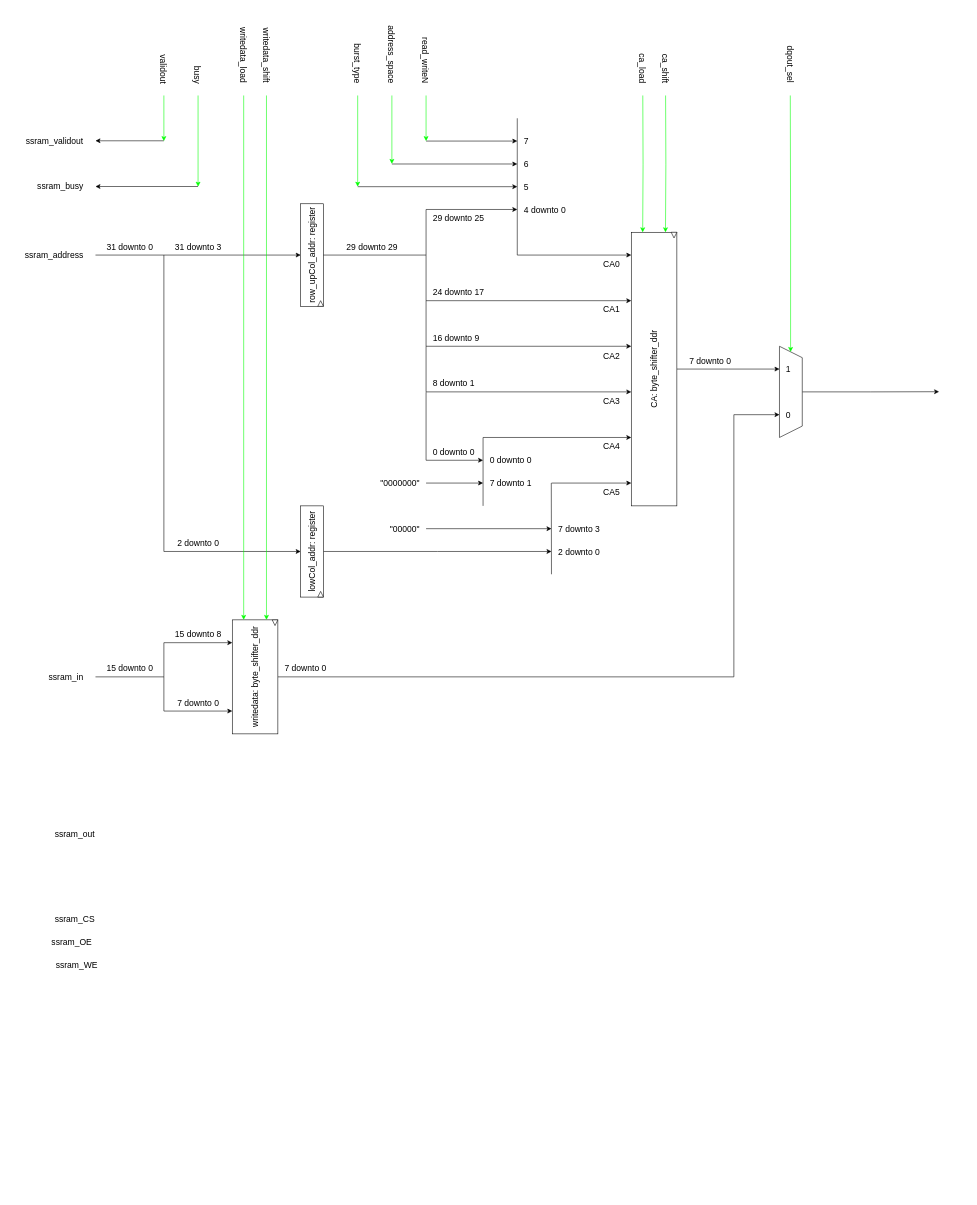
The draw.io diagram page "SSRAM_to_hRAM: RTL" (2 of 3) of rtl/SSRAM_to_hRAM.drawio in AndreaBononi/IP_cores, before the edit. Source tidied: cells renumbered, new cells numbered last; positions are measured from the earlier drawing's top-left corner, leaving out a move shared by most shapes. Both pictures are drawn from the tidied source at 57%, with x=0, y=0 at pixel (10, 38).
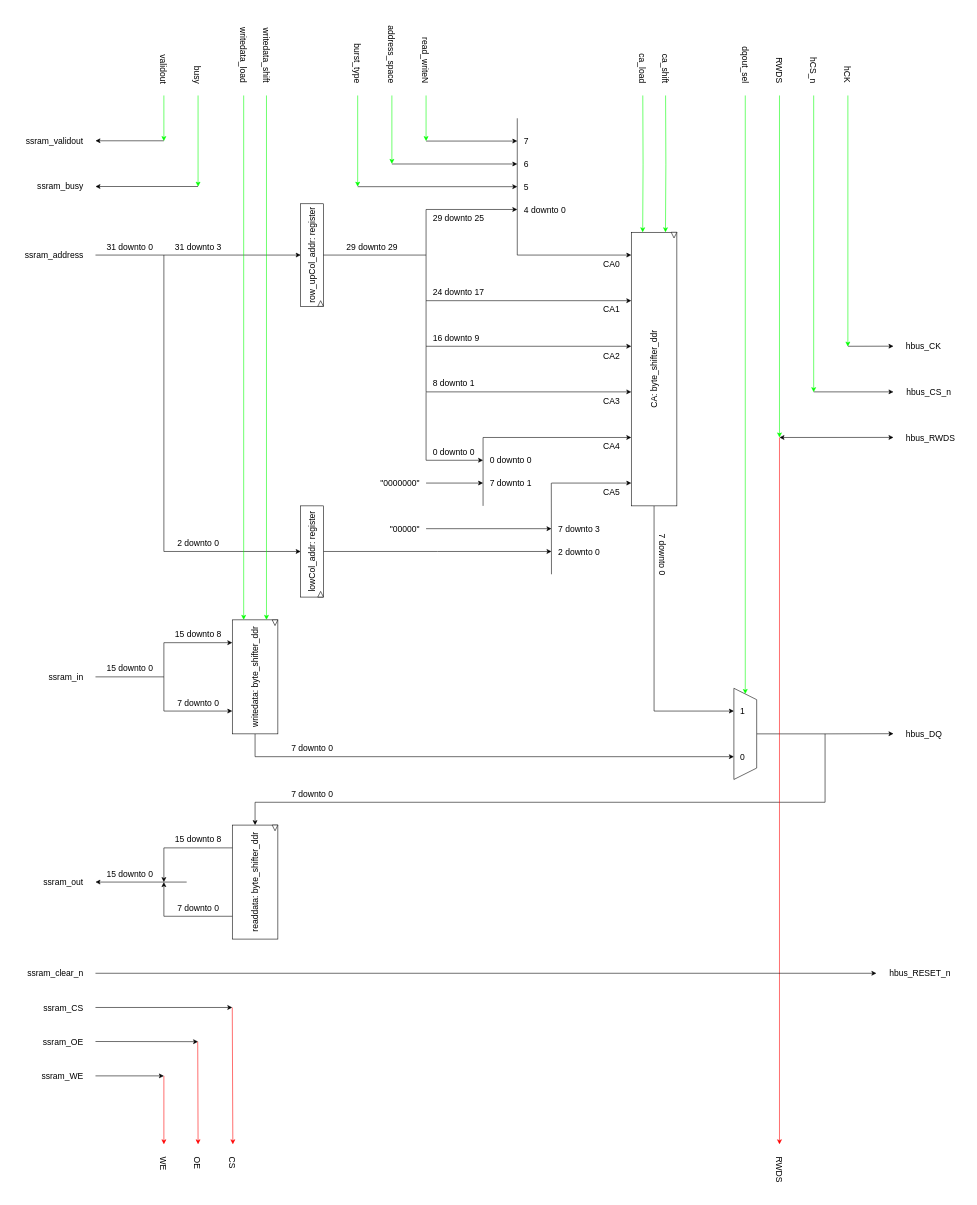
Above is the later version.

Unchanged cells that the change refers to:
```xml
<mxCell id="45" value="&lt;font style=&quot;font-size: 15px;&quot;&gt;CA: byte_shifter_ddr&lt;/font&gt;" style="rounded=0;whiteSpace=wrap;html=1;horizontal=0;" parent="1" vertex="1">
  <mxGeometry x="1090" y="340" width="80" height="480" as="geometry" />
</mxCell>
<mxCell id="80" value="writedata: byte_shifter_ddr" style="rounded=0;whiteSpace=wrap;html=1;direction=south;horizontal=0;fontSize=15;" parent="1" vertex="1">
  <mxGeometry x="390" y="1020" width="80" height="200" as="geometry" />
</mxCell>
```

What changed in the source:
```diff
@@
-    <mxCell id="44" style="edgeStyle=orthogonalEdgeStyle;rounded=0;jettySize=auto;html=1;exitX=1;exitY=0.5;exitDx=0;exitDy=0;" parent="1" edge="1" source="45">
-      <mxGeometry relative="1" as="geometry">
-        <mxPoint x="1350" y="580" as="targetPoint" />
-      </mxGeometry>
-    </mxCell>
+    <mxCell id="98" style="edgeStyle=orthogonalEdgeStyle;rounded=0;jettySize=auto;html=1;exitX=0.5;exitY=1;exitDx=0;exitDy=0;" parent="1" edge="1" source="45">
+      <mxGeometry relative="1" as="geometry">
+        <mxPoint x="1270" y="1180" as="targetPoint" />
+        <Array as="points">
+          <mxPoint x="1130" y="1180" />
+        </Array>
+      </mxGeometry>
+    </mxCell>
@@
     <mxCell id="48" value="&lt;font style=&quot;font-size: 15px;&quot;&gt;ssram_&lt;/font&gt;&lt;font style=&quot;font-size: 15px;&quot;&gt;out&lt;/font&gt;" style="text;html=1;align=right;verticalAlign=middle;strokeColor=none;fillColor=none;" parent="1" vertex="1">
-      <mxGeometry x="60" y="1380" width="90" height="30" as="geometry" />
+      <mxGeometry x="40" y="1465" width="90" height="30" as="geometry" />
     </mxCell>
@@
     <mxCell id="51" value="&lt;font style=&quot;font-size: 15px;&quot;&gt;ssram_&lt;/font&gt;&lt;font style=&quot;font-size: 15px;&quot;&gt;WE&lt;/font&gt;" style="text;html=1;align=right;verticalAlign=middle;strokeColor=none;fillColor=none;rotation=0;" parent="1" vertex="1">
-      <mxGeometry x="55" y="1610" width="100" height="30" as="geometry" />
+      <mxGeometry x="30" y="1805" width="100" height="30" as="geometry" />
     </mxCell>
     <mxCell id="52" value="&lt;font style=&quot;font-size: 15px;&quot;&gt;ssram_&lt;/font&gt;&lt;font style=&quot;font-size: 15px;&quot;&gt;OE&lt;/font&gt;" style="text;html=1;align=right;verticalAlign=middle;strokeColor=none;fillColor=none;rotation=0;" parent="1" vertex="1">
-      <mxGeometry x="55" y="1570" width="90" height="30" as="geometry" />
+      <mxGeometry x="40" y="1745" width="90" height="30" as="geometry" />
     </mxCell>
@@
     <mxCell id="54" value="&lt;font style=&quot;font-size: 15px;&quot;&gt;ssram_&lt;/font&gt;&lt;font style=&quot;font-size: 15px;&quot;&gt;&lt;font style=&quot;font-size: 15px;&quot;&gt;CS&lt;/font&gt;&lt;/font&gt;" style="text;html=1;align=right;verticalAlign=middle;strokeColor=none;fillColor=none;" parent="1" vertex="1">
-      <mxGeometry x="60" y="1530" width="90" height="30" as="geometry" />
+      <mxGeometry x="40" y="1685" width="90" height="30" as="geometry" />
     </mxCell>
@@
-    <mxCell id="79" style="edgeStyle=orthogonalEdgeStyle;rounded=0;jettySize=auto;html=1;exitX=0.5;exitY=0;exitDx=0;exitDy=0;" parent="1" edge="1" source="80">
-      <mxGeometry relative="1" as="geometry">
-        <mxPoint x="1350" y="660" as="targetPoint" />
-        <Array as="points">
-          <mxPoint x="1270" y="1120" />
-          <mxPoint x="1270" y="660" />
-        </Array>
-      </mxGeometry>
-    </mxCell>
+    <mxCell id="99" style="edgeStyle=orthogonalEdgeStyle;rounded=0;jettySize=auto;html=1;exitX=1;exitY=0.5;exitDx=0;exitDy=0;" parent="1" edge="1" source="80">
+      <mxGeometry relative="1" as="geometry">
+        <mxPoint x="1270" y="1260" as="targetPoint" />
+        <Array as="points">
+          <mxPoint x="430" y="1260" />
+        </Array>
+      </mxGeometry>
+    </mxCell>
@@
-    <mxCell id="87" value="7 downto 0" style="text;html=1;align=left;verticalAlign=middle;strokeColor=none;fillColor=none;fontSize=15;rotation=0;" parent="1" vertex="1">
-      <mxGeometry x="1190" y="550" width="100" height="30" as="geometry" />
+    <mxCell id="87" value="7 downto 0" style="text;html=1;align=center;verticalAlign=middle;strokeColor=none;fillColor=none;fontSize=15;rotation=90;" parent="1" vertex="1">
+      <mxGeometry x="1095" y="890" width="100" height="30" as="geometry" />
     </mxCell>
-    <mxCell id="88" value="7 downto 0" style="text;html=1;align=left;verticalAlign=middle;strokeColor=none;fillColor=none;fontSize=15;rotation=0;" parent="1" vertex="1">
-      <mxGeometry x="480" y="1090" width="100" height="30" as="geometry" />
+    <mxCell id="88" value="7 downto 0" style="text;html=1;align=center;verticalAlign=middle;strokeColor=none;fillColor=none;fontSize=15;rotation=0;" parent="1" vertex="1">
+      <mxGeometry x="480" y="1230" width="100" height="30" as="geometry" />
     </mxCell>
@@
     <mxCell id="92" style="edgeStyle=orthogonalEdgeStyle;rounded=0;jettySize=auto;html=1;exitX=0.5;exitY=0;exitDx=0;exitDy=0;" parent="1" edge="1" source="93">
       <mxGeometry relative="1" as="geometry">
-        <mxPoint x="1630" y="619.7" as="targetPoint" />
+        <mxPoint x="1550" y="1219.7" as="targetPoint" />
       </mxGeometry>
     </mxCell>
     <mxCell id="93" style="shape=trapezoid;perimeter=trapezoidPerimeter;whiteSpace=wrap;html=1;fixedSize=1;direction=south;" parent="1" vertex="1">
-      <mxGeometry x="1350" y="540" width="40" height="160" as="geometry" />
+      <mxGeometry x="1270" y="1140" width="40" height="160" as="geometry" />
     </mxCell>
     <mxCell id="94" value="1" style="text;html=1;align=center;verticalAlign=middle;strokeColor=none;fillColor=none;fontSize=15;" parent="1" vertex="1">
-      <mxGeometry x="1350" y="565" width="30" height="30" as="geometry" />
+      <mxGeometry x="1270" y="1165" width="30" height="30" as="geometry" />
     </mxCell>
     <mxCell id="95" value="0" style="text;html=1;align=center;verticalAlign=middle;strokeColor=none;fillColor=none;fontSize=15;" parent="1" vertex="1">
-      <mxGeometry x="1350" y="645" width="30" height="30" as="geometry" />
+      <mxGeometry x="1270" y="1245" width="30" height="30" as="geometry" />
     </mxCell>
     <mxCell id="96" style="edgeStyle=orthogonalEdgeStyle;rounded=0;orthogonalLoop=1;jettySize=auto;html=1;strokeColor=#00FF00;" parent="1" edge="1">
       <mxGeometry relative="1" as="geometry">
-        <mxPoint x="1369" y="100" as="sourcePoint" />
-        <mxPoint x="1369.5" y="550" as="targetPoint" />
+        <mxPoint x="1290" y="100" as="sourcePoint" />
+        <mxPoint x="1290" y="1150" as="targetPoint" />
       </mxGeometry>
     </mxCell>
     <mxCell id="97" value="dqout_sel" style="text;html=1;align=right;verticalAlign=middle;strokeColor=none;fillColor=none;rotation=90;fontSize=15;" parent="1" vertex="1">
-      <mxGeometry x="1325" y="19" width="90" height="30" as="geometry" />
+      <mxGeometry x="1245" y="20" width="90" height="30" as="geometry" />
     </mxCell>
+    <mxCell id="100" style="edgeStyle=orthogonalEdgeStyle;rounded=0;jettySize=auto;html=1;exitX=0;exitY=0.5;exitDx=0;exitDy=0;entryX=0;entryY=0.5;entryDx=0;entryDy=0;" parent="1" edge="1" target="101">
+      <mxGeometry relative="1" as="geometry">
+        <mxPoint x="1430" y="1220" as="sourcePoint" />
+        <Array as="points">
+          <mxPoint x="1430" y="1340" />
+          <mxPoint x="430" y="1340" />
+        </Array>
+      </mxGeometry>
+    </mxCell>
+    <mxCell id="101" value="readdata: byte_shifter_ddr" style="rounded=0;whiteSpace=wrap;html=1;direction=south;horizontal=0;fontSize=15;" parent="1" vertex="1">
+      <mxGeometry x="390" y="1380" width="80" height="200" as="geometry" />
+    </mxCell>
+    <mxCell id="102" style="triangle;whiteSpace=wrap;html=1;direction=south;fontSize=15;" parent="1" vertex="1">
+      <mxGeometry x="460" y="1380" width="10" height="10" as="geometry" />
+    </mxCell>
+    <mxCell id="103" value="7 downto 0" style="text;html=1;align=center;verticalAlign=middle;strokeColor=none;fillColor=none;fontSize=15;rotation=0;" parent="1" vertex="1">
+      <mxGeometry x="480" y="1310" width="100" height="30" as="geometry" />
+    </mxCell>
+    <mxCell id="104" style="edgeStyle=orthogonalEdgeStyle;rounded=0;orthogonalLoop=1;jettySize=auto;html=1;" parent="1" edge="1">
+      <mxGeometry relative="1" as="geometry">
+        <mxPoint x="390" y="1420" as="sourcePoint" />
+        <mxPoint x="270" y="1480" as="targetPoint" />
+        <Array as="points">
+          <mxPoint x="270" y="1420" />
+          <mxPoint x="270" y="1480" />
+        </Array>
+      </mxGeometry>
+    </mxCell>
+    <mxCell id="105" style="edgeStyle=orthogonalEdgeStyle;rounded=0;orthogonalLoop=1;jettySize=auto;html=1;" parent="1" edge="1">
+      <mxGeometry relative="1" as="geometry">
+        <mxPoint x="390" y="1540" as="sourcePoint" />
+        <mxPoint x="270" y="1480" as="targetPoint" />
+        <Array as="points">
+          <mxPoint x="270" y="1540" />
+        </Array>
+      </mxGeometry>
+    </mxCell>
+    <mxCell id="106" style="endArrow=classic;html=1;rounded=0;" parent="1" edge="1">
+      <mxGeometry relative="1" as="geometry">
+        <mxPoint x="310" y="1480" as="sourcePoint" />
+        <mxPoint x="150" y="1480" as="targetPoint" />
+      </mxGeometry>
+    </mxCell>
+    <mxCell id="107" value="15 downto 0" style="text;html=1;align=center;verticalAlign=middle;strokeColor=none;fillColor=none;fontSize=15;rotation=0;" parent="1" vertex="1">
+      <mxGeometry x="160" y="1450" width="100" height="30" as="geometry" />
+    </mxCell>
+    <mxCell id="108" value="15 downto 8" style="text;html=1;align=center;verticalAlign=middle;strokeColor=none;fillColor=none;fontSize=15;rotation=0;" parent="1" vertex="1">
+      <mxGeometry x="280" y="1390" width="100" height="30" as="geometry" />
+    </mxCell>
+    <mxCell id="109" value="7 downto 0" style="text;html=1;align=center;verticalAlign=middle;strokeColor=none;fillColor=none;fontSize=15;rotation=0;" parent="1" vertex="1">
+      <mxGeometry x="280" y="1510" width="100" height="30" as="geometry" />
+    </mxCell>
+    <mxCell id="110" style="endArrow=classic;html=1;rounded=0;" parent="1" edge="1">
+      <mxGeometry relative="1" as="geometry">
+        <mxPoint x="150" y="1820" as="sourcePoint" />
+        <mxPoint x="270" y="1820" as="targetPoint" />
+      </mxGeometry>
+    </mxCell>
+    <mxCell id="111" style="endArrow=classic;html=1;rounded=0;" parent="1" edge="1">
+      <mxGeometry relative="1" as="geometry">
+        <mxPoint x="150" y="1759.7" as="sourcePoint" />
+        <mxPoint x="330" y="1760" as="targetPoint" />
+      </mxGeometry>
+    </mxCell>
+    <mxCell id="112" style="endArrow=classic;html=1;rounded=0;" parent="1" edge="1">
+      <mxGeometry relative="1" as="geometry">
+        <mxPoint x="150" y="1700" as="sourcePoint" />
+        <mxPoint x="390" y="1700" as="targetPoint" />
+      </mxGeometry>
+    </mxCell>
+    <mxCell id="113" style="endArrow=classic;html=1;rounded=0;strokeColor=#FF0000;" parent="1" edge="1">
+      <mxGeometry relative="1" as="geometry">
+        <mxPoint x="270" y="1820" as="sourcePoint" />
+        <mxPoint x="270" y="1940" as="targetPoint" />
+      </mxGeometry>
+    </mxCell>
+    <mxCell id="114" style="endArrow=classic;html=1;rounded=0;strokeColor=#FF0000;" parent="1" edge="1">
+      <mxGeometry relative="1" as="geometry">
+        <mxPoint x="329.4" y="1760" as="sourcePoint" />
+        <mxPoint x="330" y="1940" as="targetPoint" />
+      </mxGeometry>
+    </mxCell>
+    <mxCell id="115" style="endArrow=classic;html=1;rounded=0;strokeColor=#FF0000;" parent="1" edge="1">
+      <mxGeometry relative="1" as="geometry">
+        <mxPoint x="390" y="1700" as="sourcePoint" />
+        <mxPoint x="391" y="1940" as="targetPoint" />
+      </mxGeometry>
+    </mxCell>
+    <mxCell id="116" value="WE" style="text;html=1;align=left;verticalAlign=middle;strokeColor=none;fillColor=none;rotation=90;fontSize=15;" parent="1" vertex="1">
+      <mxGeometry x="245" y="1970" width="50" height="30" as="geometry" />
+    </mxCell>
+    <mxCell id="117" value="OE" style="text;html=1;align=left;verticalAlign=middle;strokeColor=none;fillColor=none;rotation=90;fontSize=15;" parent="1" vertex="1">
+      <mxGeometry x="305" y="1970" width="50" height="30" as="geometry" />
+    </mxCell>
+    <mxCell id="118" value="CS" style="text;html=1;align=left;verticalAlign=middle;strokeColor=none;fillColor=none;rotation=90;fontSize=15;" parent="1" vertex="1">
+      <mxGeometry x="370" y="1965" width="40" height="30" as="geometry" />
+    </mxCell>
+    <mxCell id="119" value="hbus_DQ" style="text;html=1;align=left;verticalAlign=middle;strokeColor=none;fillColor=none;fontSize=15;" parent="1" vertex="1">
+      <mxGeometry x="1570" y="1205" width="90" height="30" as="geometry" />
+    </mxCell>
+    <mxCell id="120" value="hbus_CS_n" style="text;html=1;align=left;verticalAlign=middle;strokeColor=none;fillColor=none;fontSize=15;" parent="1" vertex="1">
+      <mxGeometry x="1571" y="605" width="100" height="30" as="geometry" />
+    </mxCell>
+    <mxCell id="121" value="hbus_CK" style="text;html=1;align=left;verticalAlign=middle;strokeColor=none;fillColor=none;fontSize=15;" parent="1" vertex="1">
+      <mxGeometry x="1570" y="525" width="90" height="30" as="geometry" />
+    </mxCell>
+    <mxCell id="122" value="&lt;div&gt;hbus_RESET_n&lt;/div&gt;" style="text;html=1;align=left;verticalAlign=middle;strokeColor=none;fillColor=none;fontSize=15;" parent="1" vertex="1">
+      <mxGeometry x="1541" y="1625" width="130" height="30" as="geometry" />
+    </mxCell>
+    <mxCell id="123" value="&lt;div&gt;hbus_RWDS&lt;/div&gt;" style="text;html=1;align=left;verticalAlign=middle;strokeColor=none;fillColor=none;fontSize=15;" parent="1" vertex="1">
+      <mxGeometry x="1570" y="685.5" width="110" height="30" as="geometry" />
+    </mxCell>
+    <mxCell id="124" style="endArrow=classic;html=1;rounded=0;startArrow=classic;startFill=1;" parent="1" edge="1">
+      <mxGeometry relative="1" as="geometry">
+        <mxPoint x="1350" y="700" as="sourcePoint" />
+        <mxPoint x="1550" y="699.9" as="targetPoint" />
+      </mxGeometry>
+    </mxCell>
+    <mxCell id="125" style="edgeStyle=orthogonalEdgeStyle;rounded=0;orthogonalLoop=1;jettySize=auto;html=1;strokeColor=#00FF00;" parent="1" edge="1">
+      <mxGeometry relative="1" as="geometry">
+        <mxPoint x="1350" y="100" as="sourcePoint" />
+        <mxPoint x="1350" y="700" as="targetPoint" />
+      </mxGeometry>
+    </mxCell>
+    <mxCell id="126" value="RWDS" style="text;html=1;align=right;verticalAlign=middle;strokeColor=none;fillColor=none;rotation=90;fontSize=15;" parent="1" vertex="1">
+      <mxGeometry x="1315" y="30" width="70" height="30" as="geometry" />
+    </mxCell>
+    <mxCell id="127" style="endArrow=classic;html=1;rounded=0;strokeColor=#FF0000;" parent="1" edge="1">
+      <mxGeometry relative="1" as="geometry">
+        <mxPoint x="1350" y="700" as="sourcePoint" />
+        <mxPoint x="1350" y="1940" as="targetPoint" />
+      </mxGeometry>
+    </mxCell>
+    <mxCell id="128" value="RWDS" style="text;html=1;align=left;verticalAlign=middle;strokeColor=none;fillColor=none;rotation=90;fontSize=15;" parent="1" vertex="1">
+      <mxGeometry x="1315" y="1980" width="70" height="30" as="geometry" />
+    </mxCell>
+    <mxCell id="129" style="endArrow=classic;html=1;rounded=0;" parent="1" edge="1">
+      <mxGeometry relative="1" as="geometry">
+        <mxPoint x="1410" y="620" as="sourcePoint" />
+        <mxPoint x="1550" y="620" as="targetPoint" />
+      </mxGeometry>
+    </mxCell>
+    <mxCell id="130" style="endArrow=classic;html=1;rounded=0;" parent="1" edge="1">
+      <mxGeometry relative="1" as="geometry">
+        <mxPoint x="1470" y="540" as="sourcePoint" />
+        <mxPoint x="1550" y="539.8" as="targetPoint" />
+      </mxGeometry>
+    </mxCell>
+    <mxCell id="131" style="edgeStyle=orthogonalEdgeStyle;rounded=0;orthogonalLoop=1;jettySize=auto;html=1;strokeColor=#00FF00;" parent="1" edge="1">
+      <mxGeometry relative="1" as="geometry">
+        <mxPoint x="1410" y="100" as="sourcePoint" />
+        <mxPoint x="1410" y="620.5" as="targetPoint" />
+      </mxGeometry>
+    </mxCell>
+    <mxCell id="132" style="edgeStyle=orthogonalEdgeStyle;rounded=0;orthogonalLoop=1;jettySize=auto;html=1;strokeColor=#00FF00;" parent="1" edge="1">
+      <mxGeometry relative="1" as="geometry">
+        <mxPoint x="1470" y="100" as="sourcePoint" />
+        <mxPoint x="1470" y="540.5" as="targetPoint" />
+      </mxGeometry>
+    </mxCell>
+    <mxCell id="133" value="hCS_n" style="text;html=1;align=right;verticalAlign=middle;strokeColor=none;fillColor=none;rotation=90;fontSize=15;" parent="1" vertex="1">
+      <mxGeometry x="1375" y="30" width="70" height="30" as="geometry" />
+    </mxCell>
+    <mxCell id="134" value="hCK" style="text;html=1;align=right;verticalAlign=middle;strokeColor=none;fillColor=none;rotation=90;fontSize=15;" parent="1" vertex="1">
+      <mxGeometry x="1445" y="39" width="50" height="30" as="geometry" />
+    </mxCell>
+    <mxCell id="135" style="endArrow=classic;html=1;rounded=0;" parent="1" edge="1">
+      <mxGeometry relative="1" as="geometry">
+        <mxPoint x="150" y="1640" as="sourcePoint" />
+        <mxPoint x="1520" y="1640" as="targetPoint" />
+      </mxGeometry>
+    </mxCell>
+    <mxCell id="136" value="&lt;font style=&quot;font-size: 15px;&quot;&gt;ssram_clear_n&lt;/font&gt;" style="text;html=1;align=right;verticalAlign=middle;strokeColor=none;fillColor=none;" parent="1" vertex="1">
+      <mxGeometry x="10" y="1625" width="120" height="30" as="geometry" />
+    </mxCell>
```
